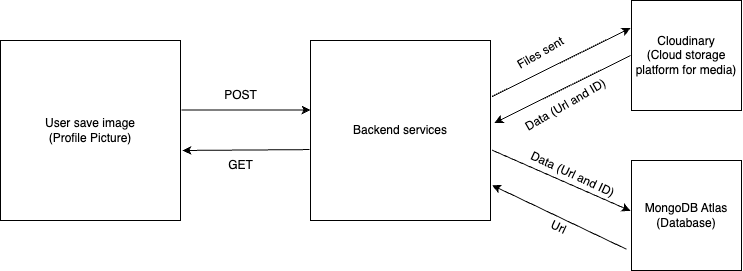
Earlier version of the draw.io export public/assets/file_upload.png (ddoyediran/dami). Source tidied: cells renumbered, new cells last; positions are measured from the earlier drawing's top-left corner, leaving out a move shared by most shapes. The source it was exported from:
```xml
<mxGraphModel>
  <root>
    <mxCell id="0" />
    <mxCell id="1" parent="0" />
    <mxCell id="2" value="User save image&lt;br&gt;(Profile Picture)" style="whiteSpace=wrap;html=1;" parent="1" vertex="1">
      <mxGeometry y="40" width="180" height="180" as="geometry" />
    </mxCell>
    <mxCell id="3" value="Backend services" style="whiteSpace=wrap;html=1;" parent="1" vertex="1">
      <mxGeometry x="310" y="40" width="180" height="180" as="geometry" />
    </mxCell>
    <mxCell id="4" style="endArrow=classic;html=1;rounded=0;exitX=1.005;exitY=0.386;exitDx=0;exitDy=0;exitPerimeter=0;entryX=0;entryY=0.386;entryDx=0;entryDy=0;entryPerimeter=0;" parent="1" edge="1" source="2" target="3">
      <mxGeometry relative="1" as="geometry" />
    </mxCell>
    <mxCell id="5" style="endArrow=classic;html=1;rounded=0;entryX=1.011;entryY=0.611;entryDx=0;entryDy=0;entryPerimeter=0;exitX=-0.006;exitY=0.606;exitDx=0;exitDy=0;exitPerimeter=0;" parent="1" edge="1" source="3" target="2">
      <mxGeometry relative="1" as="geometry" />
    </mxCell>
    <mxCell id="6" value="POST" style="text;html=1;align=center;verticalAlign=middle;strokeColor=none;fillColor=none;" parent="1" vertex="1">
      <mxGeometry x="210" y="80" width="60" height="30" as="geometry" />
    </mxCell>
    <mxCell id="7" value="GET" style="text;html=1;align=center;verticalAlign=middle;strokeColor=none;fillColor=none;" parent="1" vertex="1">
      <mxGeometry x="215" y="150" width="50" height="30" as="geometry" />
    </mxCell>
    <mxCell id="8" value="Cloudinary&lt;br&gt;(Cloud storage platform for media)" style="whiteSpace=wrap;html=1;" parent="1" vertex="1">
      <mxGeometry x="631" width="110" height="110" as="geometry" />
    </mxCell>
    <mxCell id="9" value="MongoDB Atlas (Database)" style="whiteSpace=wrap;html=1;" parent="1" vertex="1">
      <mxGeometry x="631" y="160" width="110" height="110" as="geometry" />
    </mxCell>
    <mxCell id="10" style="endArrow=classic;html=1;rounded=0;entryX=0;entryY=0.25;entryDx=0;entryDy=0;exitX=1.009;exitY=0.311;exitDx=0;exitDy=0;exitPerimeter=0;" parent="1" edge="1" source="3">
      <mxGeometry relative="1" as="geometry">
        <mxPoint x="630" y="27.5" as="targetPoint" />
      </mxGeometry>
    </mxCell>
    <mxCell id="11" value="Files sent" style="text;html=1;align=center;verticalAlign=middle;strokeColor=none;fillColor=none;rotation=-30;" parent="1" vertex="1">
      <mxGeometry x="505" y="38" width="70" height="30" as="geometry" />
    </mxCell>
    <mxCell id="12" style="endArrow=classic;html=1;rounded=0;exitX=0;exitY=0.5;exitDx=0;exitDy=0;entryX=1.022;entryY=0.458;entryDx=0;entryDy=0;entryPerimeter=0;" parent="1" edge="1" target="3">
      <mxGeometry relative="1" as="geometry">
        <mxPoint x="630" y="55" as="sourcePoint" />
      </mxGeometry>
    </mxCell>
    <mxCell id="13" value="Data (Url and ID)" style="text;html=1;align=center;verticalAlign=middle;strokeColor=none;fillColor=none;rotation=-30;" parent="1" vertex="1">
      <mxGeometry x="510" y="90" width="110" height="30" as="geometry" />
    </mxCell>
    <mxCell id="14" style="endArrow=classic;html=1;rounded=0;entryX=0;entryY=0.458;entryDx=0;entryDy=0;entryPerimeter=0;exitX=1.009;exitY=0.609;exitDx=0;exitDy=0;exitPerimeter=0;" parent="1" edge="1" source="3">
      <mxGeometry relative="1" as="geometry">
        <mxPoint x="630" y="210.4" as="targetPoint" />
      </mxGeometry>
    </mxCell>
    <mxCell id="15" style="endArrow=classic;html=1;rounded=0;entryX=1.009;entryY=0.804;entryDx=0;entryDy=0;entryPerimeter=0;exitX=-0.036;exitY=0.807;exitDx=0;exitDy=0;exitPerimeter=0;" parent="1" edge="1" target="3">
      <mxGeometry relative="1" as="geometry">
        <mxPoint x="626" y="248.8" as="sourcePoint" />
      </mxGeometry>
    </mxCell>
    <mxCell id="16" value="Data (Url and ID)" style="text;html=1;align=center;verticalAlign=middle;strokeColor=none;fillColor=none;rotation=25;" parent="1" vertex="1">
      <mxGeometry x="517" y="159" width="110" height="30" as="geometry" />
    </mxCell>
    <mxCell id="17" value="Url" style="text;html=1;align=center;verticalAlign=middle;strokeColor=none;fillColor=none;rotation=25;" parent="1" vertex="1">
      <mxGeometry x="538" y="212" width="40" height="30" as="geometry" />
    </mxCell>
  </root>
</mxGraphModel>
```
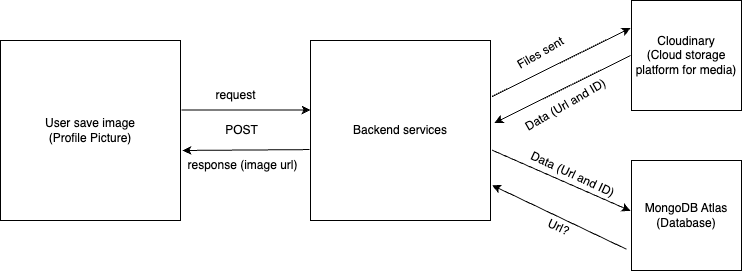
After the commit.

The edit, as a diff of the source:
```diff
@@ -15,10 +15,10 @@
       <mxGeometry relative="1" as="geometry" />
     </mxCell>
     <mxCell id="6" value="POST" style="text;html=1;align=center;verticalAlign=middle;strokeColor=none;fillColor=none;" parent="1" vertex="1">
-      <mxGeometry x="210" y="80" width="60" height="30" as="geometry" />
+      <mxGeometry x="210.5" y="115" width="60" height="30" as="geometry" />
     </mxCell>
-    <mxCell id="7" value="GET" style="text;html=1;align=center;verticalAlign=middle;strokeColor=none;fillColor=none;" parent="1" vertex="1">
-      <mxGeometry x="215" y="150" width="50" height="30" as="geometry" />
+    <mxCell id="7" value="response (image url)" style="text;html=1;align=center;verticalAlign=middle;strokeColor=none;fillColor=none;" parent="1" vertex="1">
+      <mxGeometry x="178" y="152" width="128" height="26" as="geometry" />
     </mxCell>
     <mxCell id="8" value="Cloudinary&lt;br&gt;(Cloud storage platform for media)" style="whiteSpace=wrap;html=1;" parent="1" vertex="1">
       <mxGeometry x="631" width="110" height="110" as="geometry" />
@@ -55,8 +55,11 @@
     <mxCell id="16" value="Data (Url and ID)" style="text;html=1;align=center;verticalAlign=middle;strokeColor=none;fillColor=none;rotation=25;" parent="1" vertex="1">
       <mxGeometry x="517" y="159" width="110" height="30" as="geometry" />
     </mxCell>
-    <mxCell id="17" value="Url" style="text;html=1;align=center;verticalAlign=middle;strokeColor=none;fillColor=none;rotation=25;" parent="1" vertex="1">
-      <mxGeometry x="538" y="212" width="40" height="30" as="geometry" />
+    <mxCell id="17" value="Url?" style="text;html=1;align=center;verticalAlign=middle;strokeColor=none;fillColor=none;rotation=25;" parent="1" vertex="1">
+      <mxGeometry x="538" y="214" width="40" height="26" as="geometry" />
     </mxCell>
+    <mxCell id="18" value="request" style="text;html=1;align=center;verticalAlign=middle;strokeColor=none;fillColor=none;" parent="1" vertex="1">
+      <mxGeometry x="206" y="82" width="58" height="26" as="geometry" />
+    </mxCell>
   </root>
 </mxGraphModel>
```
